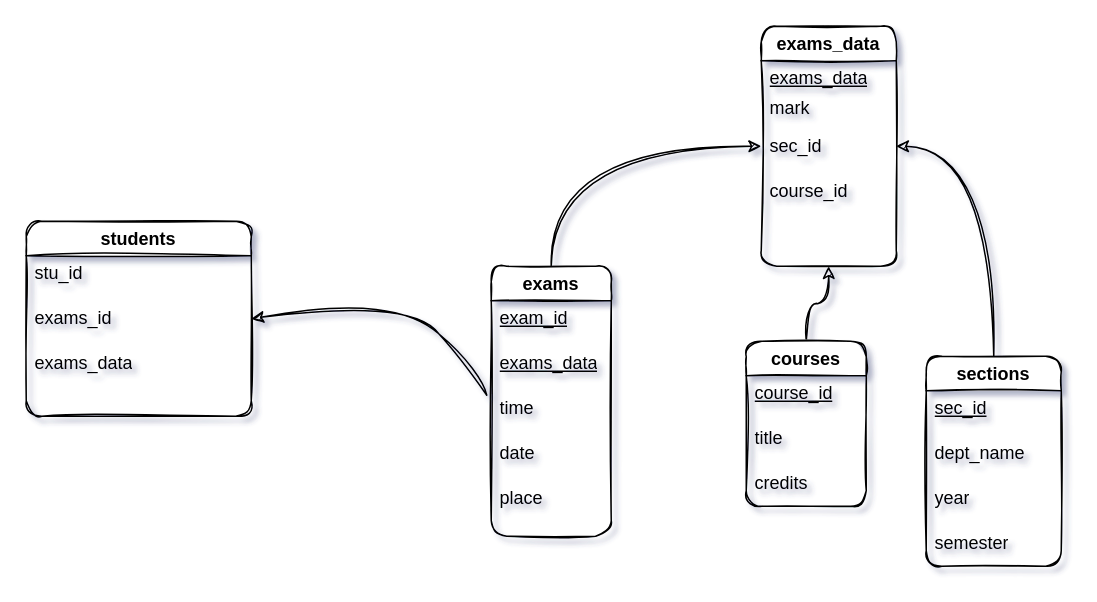
Earlier version of the draw.io diagram 6-2-a.drawio (Promptamir/ER-short-notes). Source tidied: cells renumbered, new cells numbered last; positions are measured from the earlier drawing's top-left corner, leaving out a move shared by most shapes. Both pictures are drawn from the tidied source at 150%, with x=0, y=0 at pixel (26, 26).
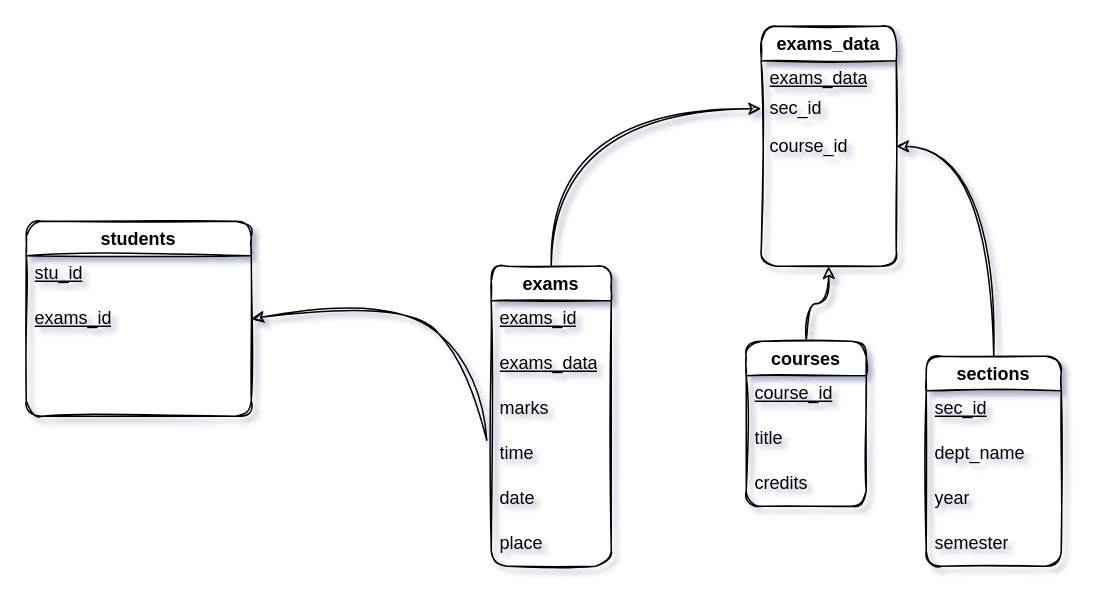
After the change.

The change refers to these unchanged cells:
```xml
<mxCell id="2" value="students" style="swimlane;whiteSpace=wrap;html=1;rounded=1;sketch=1;" parent="1" vertex="1">
  <mxGeometry y="130" width="150" height="130" as="geometry" />
</mxCell>
<mxCell id="24" value="exams_data" style="swimlane;whiteSpace=wrap;html=1;rounded=1;sketch=1;" parent="1" vertex="1">
  <mxGeometry x="490" width="90" height="160" as="geometry" />
</mxCell>
```

The edit, as a diff of the source:
```diff
@@
-    <mxCell id="3" value="stu_id" style="text;align=left;verticalAlign=middle;spacingLeft=4;spacingRight=4;overflow=hidden;whiteSpace=wrap;html=1;rounded=1;sketch=1;" parent="2" vertex="1">
+    <mxCell id="3" value="&lt;u&gt;stu_id&lt;/u&gt;" style="text;align=left;verticalAlign=middle;spacingLeft=4;spacingRight=4;overflow=hidden;whiteSpace=wrap;html=1;rounded=1;sketch=1;" parent="2" vertex="1">
       <mxGeometry y="20" width="80" height="30" as="geometry" />
     </mxCell>
-    <mxCell id="4" value="exams_id" style="text;align=left;verticalAlign=middle;spacingLeft=4;spacingRight=4;overflow=hidden;whiteSpace=wrap;html=1;rounded=1;sketch=1;" parent="2" vertex="1">
+    <mxCell id="4" value="&lt;u&gt;exams_id&lt;/u&gt;" style="text;align=left;verticalAlign=middle;spacingLeft=4;spacingRight=4;overflow=hidden;whiteSpace=wrap;html=1;rounded=1;sketch=1;" parent="2" vertex="1">
       <mxGeometry y="50" width="80" height="30" as="geometry" />
     </mxCell>
-    <mxCell id="5" value="exams_data" style="text;align=left;verticalAlign=middle;spacingLeft=4;spacingRight=4;overflow=hidden;whiteSpace=wrap;html=1;rounded=1;sketch=1;" parent="2" vertex="1">
-      <mxGeometry y="80" width="80" height="30" as="geometry" />
-    </mxCell>
@@
     <mxCell id="13" value="exams" style="swimlane;whiteSpace=wrap;html=1;rounded=1;sketch=1;" parent="1" vertex="1">
-      <mxGeometry x="310" y="160" width="80" height="180" as="geometry" />
+      <mxGeometry x="310" y="160" width="80" height="200" as="geometry" />
     </mxCell>
     <mxCell id="14" value="date" style="text;align=left;verticalAlign=middle;spacingLeft=4;spacingRight=4;overflow=hidden;whiteSpace=wrap;html=1;rounded=1;sketch=1;" parent="13" vertex="1">
-      <mxGeometry y="110" width="80" height="30" as="geometry" />
+      <mxGeometry y="140" width="80" height="30" as="geometry" />
     </mxCell>
     <mxCell id="15" value="place" style="text;align=left;verticalAlign=middle;spacingLeft=4;spacingRight=4;overflow=hidden;whiteSpace=wrap;html=1;rounded=1;sketch=1;" parent="13" vertex="1">
-      <mxGeometry y="140" width="80" height="30" as="geometry" />
+      <mxGeometry y="170" width="80" height="30" as="geometry" />
     </mxCell>
     <mxCell id="16" value="time" style="text;align=left;verticalAlign=middle;spacingLeft=4;spacingRight=4;overflow=hidden;points=[[0,0.5],[1,0.5]];portConstraint=eastwest;whiteSpace=wrap;html=1;rounded=1;sketch=1;" parent="13" vertex="1">
-      <mxGeometry y="80" width="80" height="30" as="geometry" />
+      <mxGeometry y="110" width="80" height="30" as="geometry" />
     </mxCell>
-    <mxCell id="17" value="&lt;u&gt;exam_id&lt;/u&gt;" style="text;align=left;verticalAlign=middle;spacingLeft=4;spacingRight=4;overflow=hidden;whiteSpace=wrap;html=1;rounded=1;sketch=1;" parent="13" vertex="1">
+    <mxCell id="17" value="&lt;u&gt;exams_id&lt;/u&gt;" style="text;align=left;verticalAlign=middle;spacingLeft=4;spacingRight=4;overflow=hidden;whiteSpace=wrap;html=1;rounded=1;sketch=1;" parent="13" vertex="1">
       <mxGeometry y="20" width="80" height="30" as="geometry" />
     </mxCell>
@@
+    <mxCell id="30" value="marks" style="text;align=left;verticalAlign=middle;spacingLeft=4;spacingRight=4;overflow=hidden;whiteSpace=wrap;html=1;rounded=1;sketch=1;" parent="13" vertex="1">
+      <mxGeometry y="80" width="80" height="30" as="geometry" />
+    </mxCell>
@@
     <mxCell id="25" value="sec_id" style="text;align=left;verticalAlign=middle;spacingLeft=4;spacingRight=4;overflow=hidden;points=[[0,0.5],[1,0.5]];portConstraint=eastwest;whiteSpace=wrap;html=1;rounded=1;sketch=1;" parent="24" vertex="1">
-      <mxGeometry y="65" width="70" height="30" as="geometry" />
+      <mxGeometry y="40" width="70" height="30" as="geometry" />
     </mxCell>
     <mxCell id="26" value="course_id" style="text;align=left;verticalAlign=middle;spacingLeft=4;spacingRight=4;overflow=hidden;whiteSpace=wrap;html=1;rounded=1;sketch=1;" parent="24" vertex="1">
-      <mxGeometry y="95" width="80" height="30" as="geometry" />
+      <mxGeometry y="65" width="80" height="30" as="geometry" />
     </mxCell>
@@
-    <mxCell id="28" value="mark" style="text;align=left;verticalAlign=middle;spacingLeft=4;spacingRight=4;overflow=hidden;whiteSpace=wrap;html=1;rounded=1;sketch=1;" parent="24" vertex="1">
-      <mxGeometry y="40" width="70" height="30" as="geometry" />
-    </mxCell>
```
